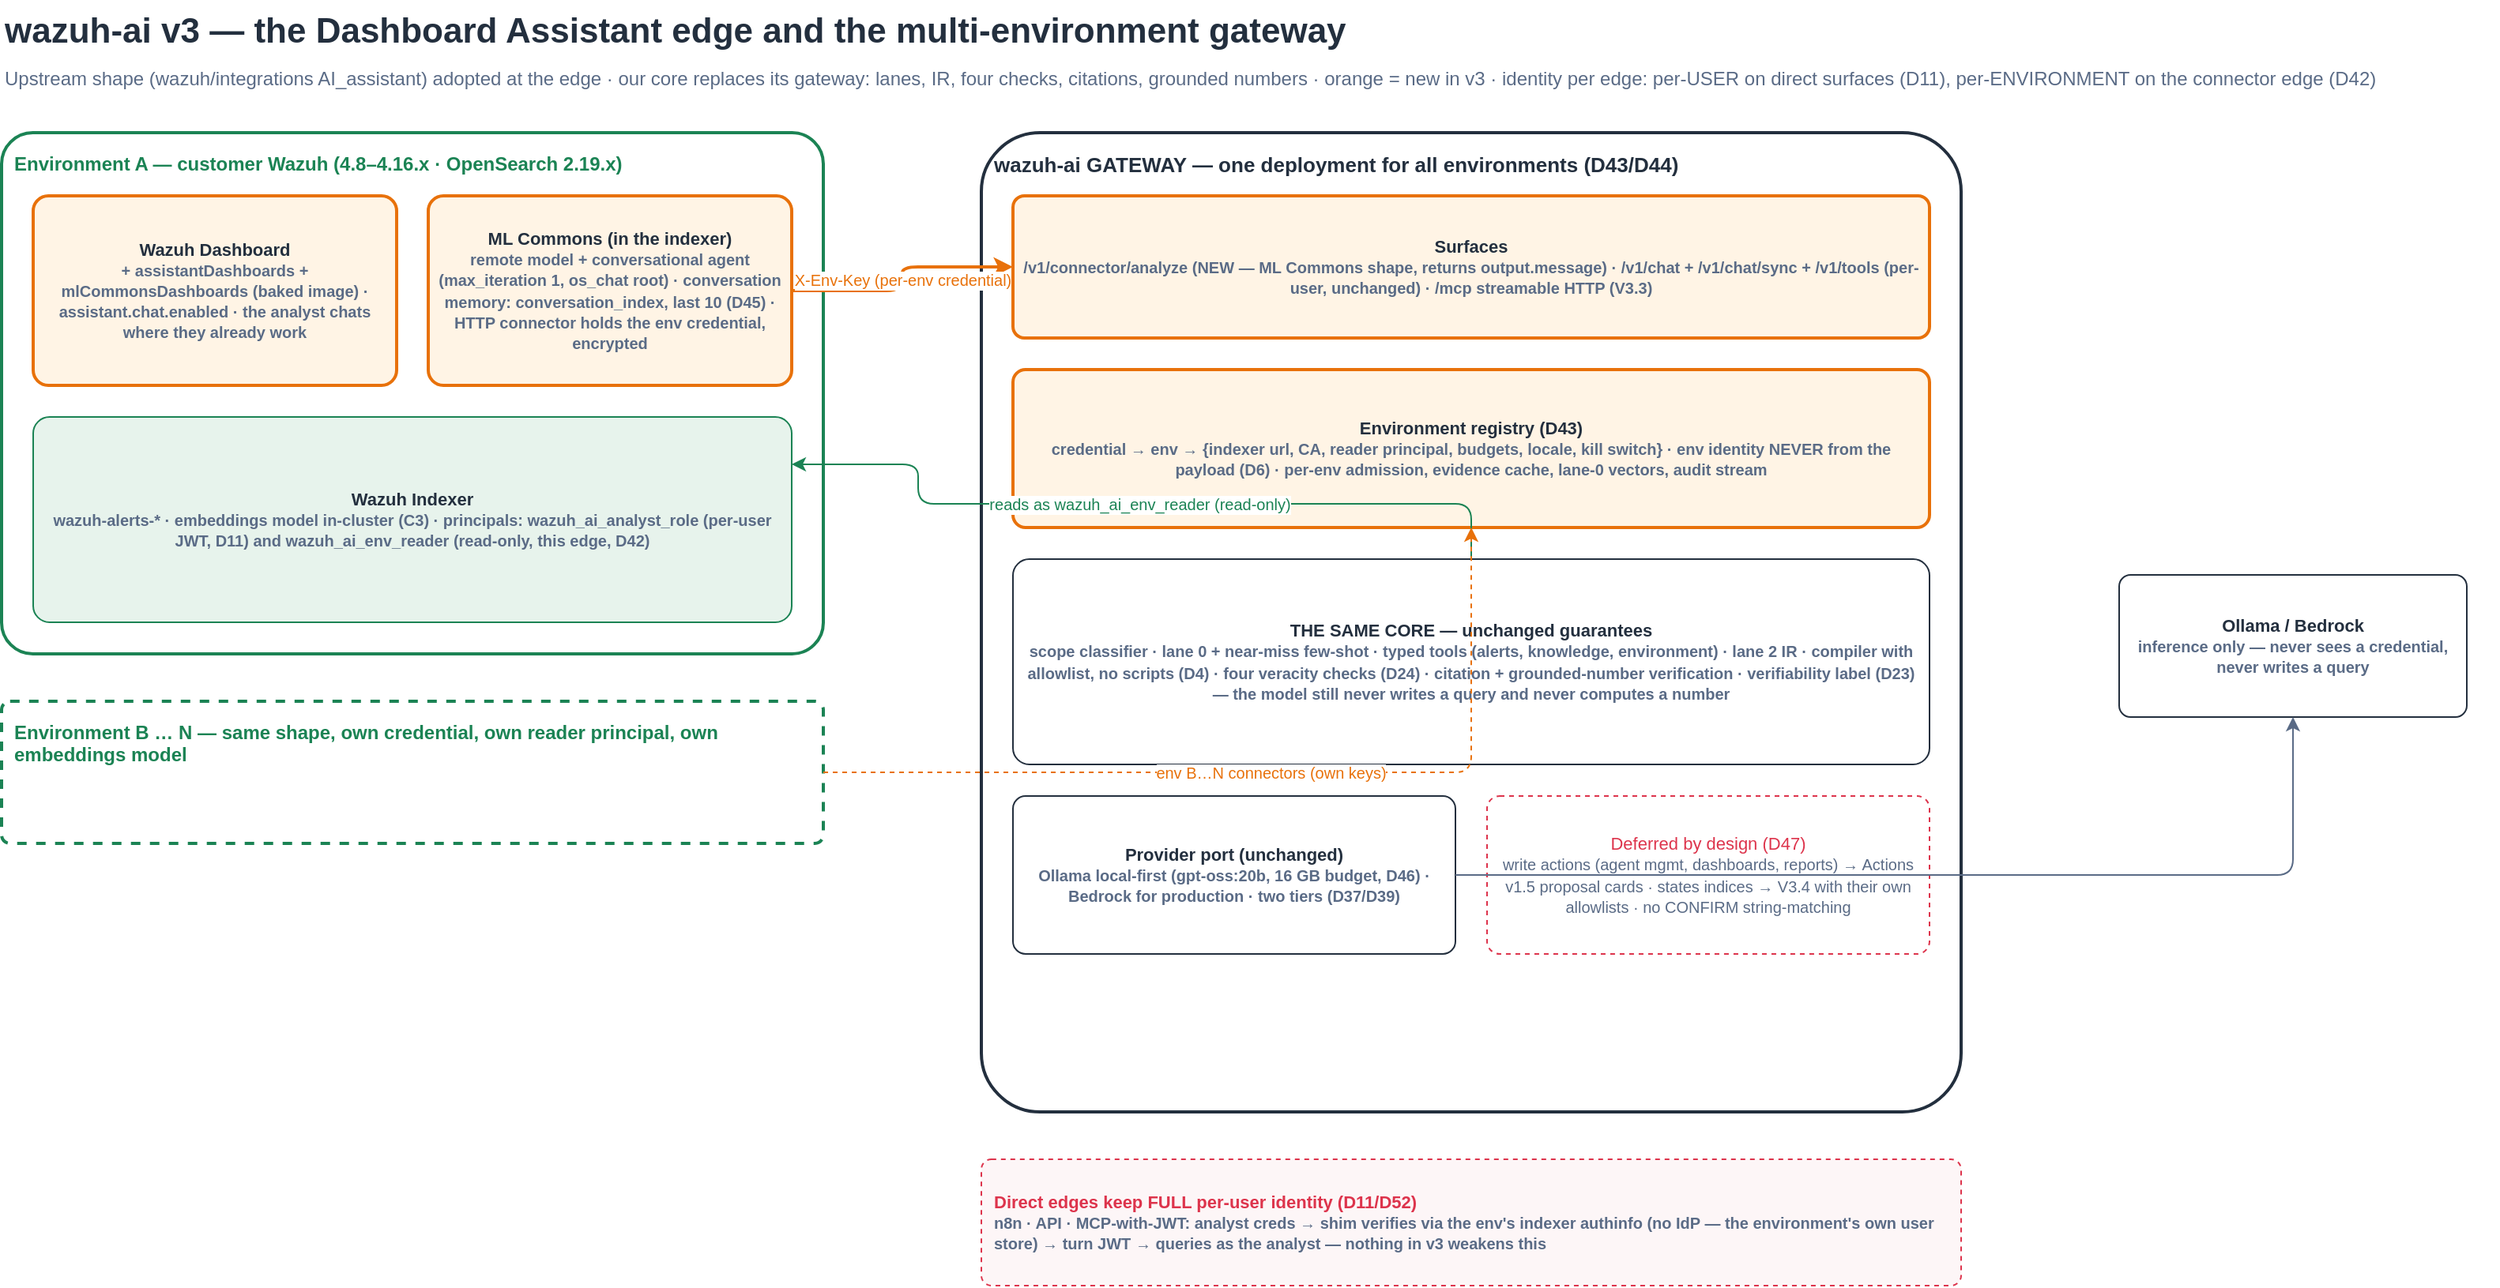
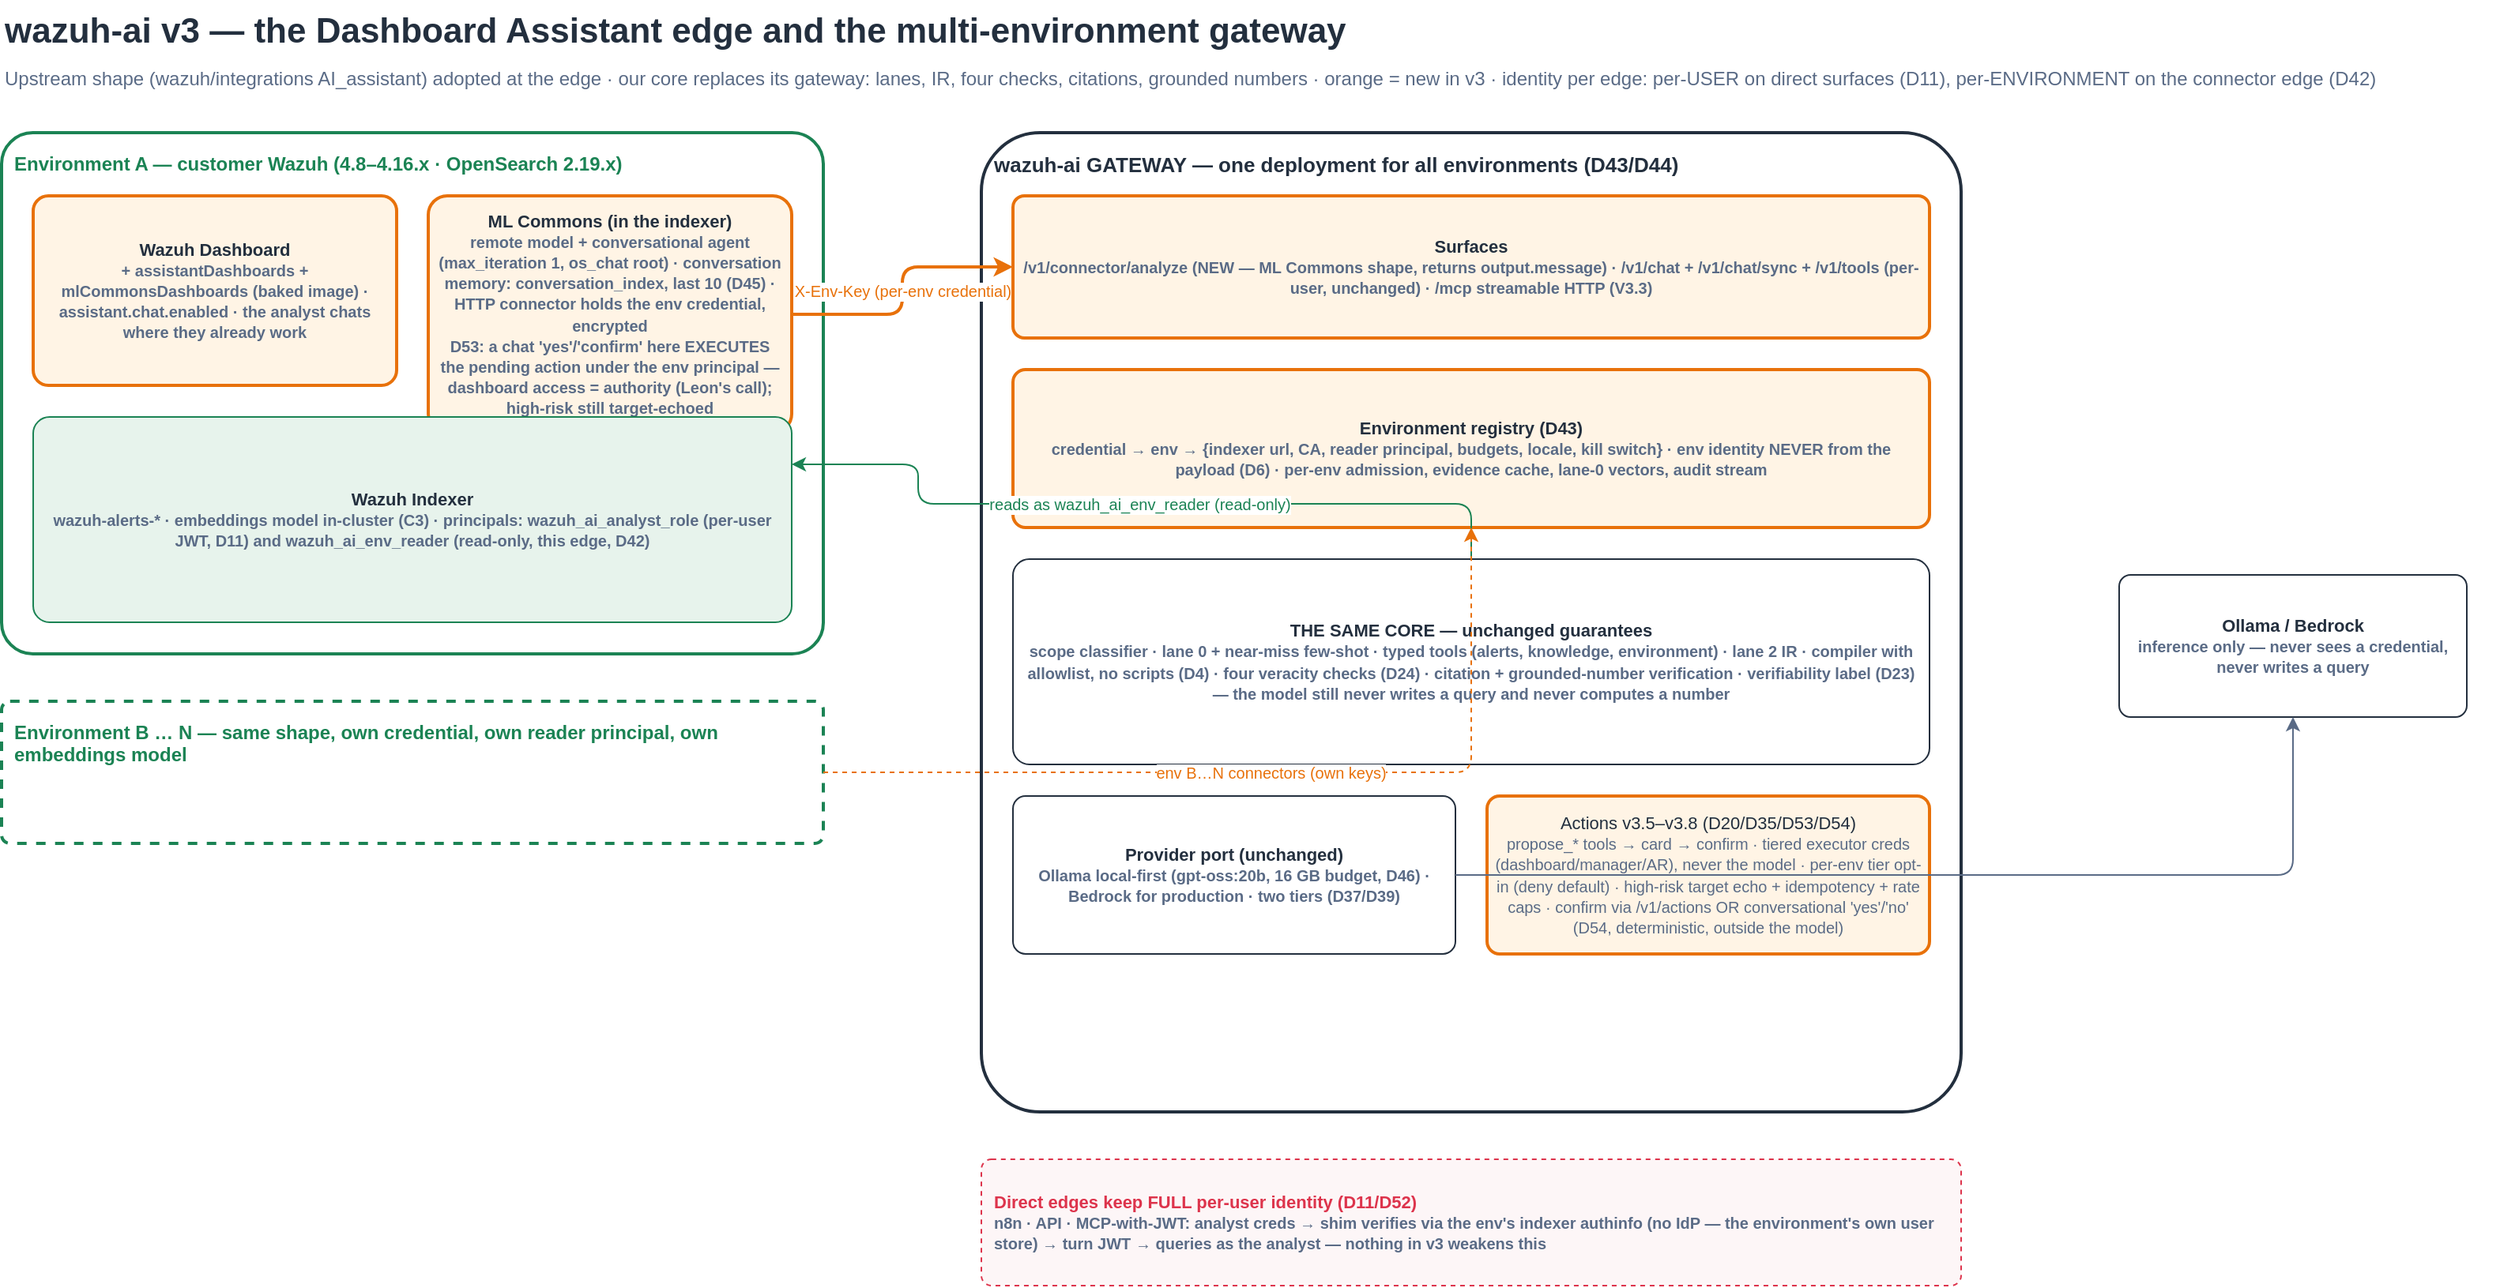
<mxfile host="app.diagrams.net" type="device" version="24.7.17">
  <diagram id="v3a" name="1 · v3 target: one gateway, N environments">
    <mxGraphModel dx="1400" dy="800" grid="0" gridSize="10" guides="1" tooltips="1" connect="1" arrows="1" fold="1" page="1" pageScale="1" pageWidth="1660" pageHeight="1010" math="0" shadow="0">
      <root>
        <mxCell id="0"/>
        <mxCell id="1" parent="0"/>
        <mxCell id="v1t" value="wazuh-ai v3 — the Dashboard Assistant edge and the multi-environment gateway" style="text;html=1;fontSize=22;fontStyle=1;fontColor=#232F3E;align=left;" vertex="1" parent="1"><mxGeometry x="40" y="16" width="1500" height="32" as="geometry"/></mxCell>
        <mxCell id="v1s" value="Upstream shape (wazuh/integrations AI_assistant) adopted at the edge · our core replaces its gateway: lanes, IR, four checks, citations, grounded numbers · orange = new in v3 · identity per edge: per-USER on direct surfaces (D11), per-ENVIRONMENT on the connector edge (D42)" style="text;html=1;fontSize=12;fontColor=#5A6B86;align=left;" vertex="1" parent="1"><mxGeometry x="40" y="52" width="1580" height="20" as="geometry"/></mxCell>
        <mxCell id="v1e1" value="Environment A — customer Wazuh (4.8–4.16.x · OpenSearch 2.19.x)" style="rounded=1;whiteSpace=wrap;html=1;fillColor=none;strokeColor=#1B8354;strokeWidth=2;fontColor=#1B8354;fontSize=12;fontStyle=1;align=left;verticalAlign=top;spacing=8;arcSize=6;" vertex="1" parent="1"><mxGeometry x="40" y="100" width="520" height="330" as="geometry"/></mxCell>
        <mxCell id="v1e1d" value="Wazuh Dashboard&lt;br&gt;&lt;font style=&quot;font-size:10px&quot; color=&quot;#5A6B86&quot;&gt;+ assistantDashboards + mlCommonsDashboards (baked image) · assistant.chat.enabled · the analyst chats where they already work&lt;/font&gt;" style="rounded=1;whiteSpace=wrap;html=1;fillColor=#FFF4E5;strokeColor=#E8710A;strokeWidth=2;fontColor=#232F3E;fontSize=11;fontStyle=1;align=center;verticalAlign=middle;spacing=6;arcSize=8;" vertex="1" parent="v1e1"><mxGeometry x="20" y="40" width="230" height="120" as="geometry"/></mxCell>
-         <mxCell id="v1e1m" value="ML Commons (in the indexer)&lt;br&gt;&lt;font style=&quot;font-size:10px&quot; color=&quot;#5A6B86&quot;&gt;remote model + conversational agent (max_iteration 1, os_chat root) · conversation memory: conversation_index, last 10 (D45) · HTTP connector holds the env credential, encrypted&lt;/font&gt;" style="rounded=1;whiteSpace=wrap;html=1;fillColor=#FFF4E5;strokeColor=#E8710A;strokeWidth=2;fontColor=#232F3E;fontSize=11;fontStyle=1;align=center;verticalAlign=middle;spacing=6;arcSize=8;" vertex="1" parent="v1e1"><mxGeometry x="270" y="40" width="230" height="120" as="geometry"/></mxCell>
+         <mxCell id="v1e1m" value="ML Commons (in the indexer)&lt;br&gt;&lt;font style=&quot;font-size:10px&quot; color=&quot;#5A6B86&quot;&gt;remote model + conversational agent (max_iteration 1, os_chat root) · conversation memory: conversation_index, last 10 (D45) · HTTP connector holds the env credential, encrypted&lt;br&gt;&lt;b&gt;D53:&lt;/b&gt; a chat &#39;yes&#39;/&#39;confirm&#39; here EXECUTES the pending action under the env principal — dashboard access = authority (Leon&#39;s call); high-risk still target-echoed&lt;/font&gt;" style="rounded=1;whiteSpace=wrap;html=1;fillColor=#FFF4E5;strokeColor=#E8710A;strokeWidth=2;fontColor=#232F3E;fontSize=11;fontStyle=1;align=center;verticalAlign=middle;spacing=6;arcSize=8;" vertex="1" parent="v1e1"><mxGeometry x="270" y="40" width="230" height="150" as="geometry"/></mxCell>
        <mxCell id="v1e1i" value="Wazuh Indexer&lt;br&gt;&lt;font style=&quot;font-size:10px&quot; color=&quot;#5A6B86&quot;&gt;wazuh-alerts-* · embeddings model in-cluster (C3) · principals: wazuh_ai_analyst_role (per-user JWT, D11) and wazuh_ai_env_reader (read-only, this edge, D42)&lt;/font&gt;" style="rounded=1;whiteSpace=wrap;html=1;fillColor=#E7F3EC;strokeColor=#1B8354;fontColor=#232F3E;fontSize=11;fontStyle=1;align=center;verticalAlign=middle;spacing=6;arcSize=8;" vertex="1" parent="v1e1"><mxGeometry x="20" y="180" width="480" height="130" as="geometry"/></mxCell>
        <mxCell id="v1e2" value="Environment B … N — same shape, own credential, own reader principal, own embeddings model" style="rounded=1;whiteSpace=wrap;html=1;fillColor=none;strokeColor=#1B8354;strokeWidth=2;dashed=1;fontColor=#1B8354;fontSize=12;fontStyle=1;align=left;verticalAlign=top;spacing=8;arcSize=6;" vertex="1" parent="1"><mxGeometry x="40" y="460" width="520" height="90" as="geometry"/></mxCell>
        <mxCell id="v1gw" value="wazuh-ai GATEWAY — one deployment for all environments (D43/D44)" style="rounded=1;whiteSpace=wrap;html=1;fillColor=none;strokeColor=#232F3E;strokeWidth=2;fontColor=#232F3E;fontSize=13;fontStyle=1;align=left;verticalAlign=top;spacing=8;arcSize=6;" vertex="1" parent="1"><mxGeometry x="660" y="100" width="620" height="620" as="geometry"/></mxCell>
        <mxCell id="v1gs" value="Surfaces&lt;br&gt;&lt;font style=&quot;font-size:10px&quot; color=&quot;#5A6B86&quot;&gt;/v1/connector/analyze (NEW — ML Commons shape, returns output.message) · /v1/chat + /v1/chat/sync + /v1/tools (per-user, unchanged) · /mcp streamable HTTP (V3.3)&lt;/font&gt;" style="rounded=1;whiteSpace=wrap;html=1;fillColor=#FFF4E5;strokeColor=#E8710A;strokeWidth=2;fontColor=#232F3E;fontSize=11;fontStyle=1;align=center;verticalAlign=middle;spacing=6;arcSize=8;" vertex="1" parent="v1gw"><mxGeometry x="20" y="40" width="580" height="90" as="geometry"/></mxCell>
        <mxCell id="v1gr" value="Environment registry (D43)&lt;br&gt;&lt;font style=&quot;font-size:10px&quot; color=&quot;#5A6B86&quot;&gt;credential → env → {indexer url, CA, reader principal, budgets, locale, kill switch} · env identity NEVER from the payload (D6) · per-env admission, evidence cache, lane-0 vectors, audit stream&lt;/font&gt;" style="rounded=1;whiteSpace=wrap;html=1;fillColor=#FFF4E5;strokeColor=#E8710A;strokeWidth=2;fontColor=#232F3E;fontSize=11;fontStyle=1;align=center;verticalAlign=middle;spacing=6;arcSize=8;" vertex="1" parent="v1gw"><mxGeometry x="20" y="150" width="580" height="100" as="geometry"/></mxCell>
        <mxCell id="v1gc" value="THE SAME CORE — unchanged guarantees&lt;br&gt;&lt;font style=&quot;font-size:10px&quot; color=&quot;#5A6B86&quot;&gt;scope classifier · lane 0 + near-miss few-shot · typed tools (alerts, knowledge, environment) · lane 2 IR · compiler with allowlist, no scripts (D4) · four veracity checks (D24) · citation + grounded-number verification · verifiability label (D23) — the model still never writes a query and never computes a number&lt;/font&gt;" style="rounded=1;whiteSpace=wrap;html=1;fillColor=#FFFFFF;strokeColor=#232F3E;fontColor=#232F3E;fontSize=11;fontStyle=1;align=center;verticalAlign=middle;spacing=6;arcSize=8;" vertex="1" parent="v1gw"><mxGeometry x="20" y="270" width="580" height="130" as="geometry"/></mxCell>
        <mxCell id="v1gp" value="Provider port (unchanged)&lt;br&gt;&lt;font style=&quot;font-size:10px&quot; color=&quot;#5A6B86&quot;&gt;Ollama local-first (gpt-oss:20b, 16 GB budget, D46) · Bedrock for production · two tiers (D37/D39)&lt;/font&gt;" style="rounded=1;whiteSpace=wrap;html=1;fillColor=#FFFFFF;strokeColor=#232F3E;fontColor=#232F3E;fontSize=11;fontStyle=1;align=center;verticalAlign=middle;spacing=6;arcSize=8;" vertex="1" parent="v1gw"><mxGeometry x="20" y="420" width="280" height="100" as="geometry"/></mxCell>
-         <mxCell id="v1ga" value="Deferred by design (D47)&lt;br&gt;&lt;font style=&quot;font-size:10px&quot; color=&quot;#5A6B86&quot;&gt;write actions (agent mgmt, dashboards, reports) → Actions v1.5 proposal cards · states indices → V3.4 with their own allowlists · no CONFIRM string-matching&lt;/font&gt;" style="rounded=1;whiteSpace=wrap;html=1;fillColor=#FFFFFF;strokeColor=#DD344C;dashed=1;fontColor=#DD344C;fontSize=11;align=center;verticalAlign=middle;spacing=6;arcSize=8;" vertex="1" parent="v1gw"><mxGeometry x="320" y="420" width="280" height="100" as="geometry"/></mxCell>
+         <mxCell id="v1ga" value="Actions v3.5–v3.8 (D20/D35/D53/D54)&lt;br&gt;&lt;font style=&quot;font-size:10px&quot; color=&quot;#5A6B86&quot;&gt;propose_* tools → card → confirm · tiered executor creds (dashboard/manager/AR), never the model · per-env tier opt-in (deny default) · high-risk target echo + idempotency + rate caps · confirm via /v1/actions OR conversational &#39;yes&#39;/&#39;no&#39; (D54, deterministic, outside the model)&lt;/font&gt;" style="rounded=1;whiteSpace=wrap;html=1;fillColor=#FFF4E5;strokeColor=#E8710A;strokeWidth=2;fontColor=#232F3E;fontSize=11;align=center;verticalAlign=middle;spacing=6;arcSize=8;" vertex="1" parent="v1gw"><mxGeometry x="320" y="420" width="280" height="100" as="geometry"/></mxCell>
        <mxCell id="v1llm" value="Ollama / Bedrock&lt;br&gt;&lt;font style=&quot;font-size:10px&quot; color=&quot;#5A6B86&quot;&gt;inference only — never sees a credential, never writes a query&lt;/font&gt;" style="rounded=1;whiteSpace=wrap;html=1;fillColor=#FFFFFF;strokeColor=#232F3E;fontColor=#232F3E;fontSize=11;fontStyle=1;align=center;verticalAlign=middle;spacing=6;arcSize=8;" vertex="1" parent="1"><mxGeometry x="1380" y="380" width="220" height="90" as="geometry"/></mxCell>
        <mxCell id="v1direct" value="Direct edges keep FULL per-user identity (D11/D52)&lt;br&gt;&lt;font style=&quot;font-size:10px&quot; color=&quot;#5A6B86&quot;&gt;n8n · API · MCP-with-JWT: analyst creds → shim verifies via the env&#39;s indexer authinfo (no IdP — the environment&#39;s own user store) → turn JWT → queries as the analyst — nothing in v3 weakens this&lt;/font&gt;" style="rounded=1;whiteSpace=wrap;html=1;fillColor=#FDF6F7;strokeColor=#DD344C;dashed=1;fontColor=#DD344C;fontSize=11;fontStyle=1;align=left;verticalAlign=middle;spacing=8;arcSize=8;" vertex="1" parent="1"><mxGeometry x="660" y="750" width="620" height="80" as="geometry"/></mxCell>
        <mxCell id="v1eg1" value="X-Env-Key (per-env credential)" style="edgeStyle=orthogonalEdgeStyle;rounded=1;html=1;strokeColor=#E8710A;fontColor=#E8710A;fontSize=10;strokeWidth=2;" edge="1" parent="1" source="v1e1m" target="v1gs"><mxGeometry relative="1" as="geometry"/></mxCell>
        <mxCell id="v1eg2" value="reads as wazuh_ai_env_reader (read-only)" style="edgeStyle=orthogonalEdgeStyle;rounded=1;html=1;strokeColor=#1B8354;fontColor=#1B8354;fontSize=10;" edge="1" parent="1" source="v1gc" target="v1e1i"><mxGeometry relative="1" as="geometry"><Array as="points"><mxPoint x="620" y="335"/><mxPoint x="620" y="310"/></Array></mxGeometry></mxCell>
        <mxCell id="v1eg3" style="edgeStyle=orthogonalEdgeStyle;rounded=1;html=1;strokeColor=#5A6B86;fontColor=#5A6B86;fontSize=10;" edge="1" parent="1" source="v1gp" target="v1llm"><mxGeometry relative="1" as="geometry"/></mxCell>
        <mxCell id="v1eg4" value="env B…N connectors (own keys)" style="edgeStyle=orthogonalEdgeStyle;rounded=1;html=1;strokeColor=#E8710A;fontColor=#E8710A;fontSize=10;dashed=1;" edge="1" parent="1" source="v1e2" target="v1gr"><mxGeometry relative="1" as="geometry"/></mxCell>
      </root>
    </mxGraphModel>
  </diagram>
  <diagram id="v3b" name="2 · v3 PoC: single environment on the harness">
    <mxGraphModel dx="1400" dy="800" grid="0" gridSize="10" guides="1" tooltips="1" connect="1" arrows="1" fold="1" page="1" pageScale="1" pageWidth="1660" pageHeight="1010" math="0" shadow="0">
      <root>
        <mxCell id="0"/>
        <mxCell id="1" parent="0"/>
        <mxCell id="v2t" value="v3 PoC — environment `lab` on the existing docker harness" style="text;html=1;fontSize=22;fontStyle=1;fontColor=#232F3E;align=left;" vertex="1" parent="1"><mxGeometry x="40" y="16" width="1500" height="32" as="geometry"/></mxCell>
        <mxCell id="v2s" value="Single environment, multi-environment interfaces: the registry has one entry, the code paths are the N-env paths · bring-up: make dashboard-assistant → make assistant-setup → make evals-connector · 16 GB inference budget: gpt-oss:20b, embeddings in-cluster" style="text;html=1;fontSize=12;fontColor=#5A6B86;align=left;" vertex="1" parent="1"><mxGeometry x="40" y="52" width="1580" height="20" as="geometry"/></mxCell>
        <mxCell id="v2wz" value="wazuh-docker single-node — environment `lab`" style="rounded=1;whiteSpace=wrap;html=1;fillColor=none;strokeColor=#1B8354;strokeWidth=2;fontColor=#1B8354;fontSize=12;fontStyle=1;align=left;verticalAlign=top;spacing=8;arcSize=6;" vertex="1" parent="1"><mxGeometry x="40" y="100" width="560" height="420" as="geometry"/></mxCell>
        <mxCell id="v2d" value="wazuh-dashboard :443 — DERIVED IMAGE&lt;br&gt;&lt;font style=&quot;font-size:10px&quot; color=&quot;#5A6B86&quot;&gt;dashboard-assistant/Dockerfile bakes assistantDashboards + mlCommonsDashboards (version from package.json → artifacts.opensearch.org bundle) · assistant.chat.enabled: true in the mounted yml&lt;/font&gt;" style="rounded=1;whiteSpace=wrap;html=1;fillColor=#FFF4E5;strokeColor=#E8710A;strokeWidth=2;fontColor=#232F3E;fontSize=11;fontStyle=1;align=center;verticalAlign=middle;spacing=6;arcSize=8;" vertex="1" parent="v2wz"><mxGeometry x="20" y="40" width="520" height="110" as="geometry"/></mxCell>
        <mxCell id="v2i" value="wazuh-indexer :9200 (OpenSearch 2.19.5)&lt;br&gt;&lt;font style=&quot;font-size:10px&quot; color=&quot;#5A6B86&quot;&gt;scripts/dashboard_assistant_setup.sh creates: cluster settings (trusted_connector_endpoints_regex += ^http://tool-service:8080/.*$) · remote model + connector (X-Env-Key, request_timeout 120s) · conversational agent (max_iteration 1, memory conversation_index) · root agent in .plugins-ml-config&lt;br&gt;principals: analyst JWT auth domain (existing) + wazuh_ai_env_reader (NEW, read-only) · embeddings model (C3)&lt;/font&gt;" style="rounded=1;whiteSpace=wrap;html=1;fillColor=#E7F3EC;strokeColor=#1B8354;fontColor=#232F3E;fontSize=11;fontStyle=1;align=center;verticalAlign=middle;spacing=8;arcSize=8;" vertex="1" parent="v2wz"><mxGeometry x="20" y="170" width="520" height="160" as="geometry"/></mxCell>
        <mxCell id="v2m" value="wazuh-manager&lt;br&gt;&lt;font style=&quot;font-size:10px&quot; color=&quot;#5A6B86&quot;&gt;API :55000 untouched in v3 — actions deferred (D47)&lt;/font&gt;" style="rounded=1;whiteSpace=wrap;html=1;fillColor=#FFFFFF;strokeColor=#5A6B86;dashed=1;fontColor=#5A6B86;fontSize=11;align=center;verticalAlign=middle;spacing=6;arcSize=8;" vertex="1" parent="v2wz"><mxGeometry x="20" y="350" width="520" height="50" as="geometry"/></mxCell>
        <mxCell id="v2gw" value="tool-service :8080 — the gateway" style="rounded=1;whiteSpace=wrap;html=1;fillColor=none;strokeColor=#232F3E;strokeWidth=2;fontColor=#232F3E;fontSize=12;fontStyle=1;align=left;verticalAlign=top;spacing=8;arcSize=6;" vertex="1" parent="1"><mxGeometry x="680" y="100" width="500" height="420" as="geometry"/></mxCell>
        <mxCell id="v2g1" value="POST /v1/connector/analyze (NEW)&lt;br&gt;&lt;font style=&quot;font-size:10px&quot; color=&quot;#5A6B86&quot;&gt;auth X-Env-Key → environments.resolve_by_key → EnvPrincipal(lab) · body {parameters:{prompt}} · returns {output:{message: answer + label + &#39;environment-scoped identity&#39;}} · 110 s budget, budget-note over 504&lt;/font&gt;" style="rounded=1;whiteSpace=wrap;html=1;fillColor=#FFF4E5;strokeColor=#E8710A;strokeWidth=2;fontColor=#232F3E;fontSize=11;fontStyle=1;align=center;verticalAlign=middle;spacing=6;arcSize=8;" vertex="1" parent="v2gw"><mxGeometry x="20" y="40" width="460" height="110" as="geometry"/></mxCell>
        <mxCell id="v2g2" value="environments.yaml — one entry: lab&lt;br&gt;&lt;font style=&quot;font-size:10px&quot; color=&quot;#5A6B86&quot;&gt;gateway_key · indexer url/CA · reader principal · per-env admission/cache/vectors/audit keyed by env_id (V3.1a)&lt;/font&gt;" style="rounded=1;whiteSpace=wrap;html=1;fillColor=#FFF4E5;strokeColor=#E8710A;strokeWidth=2;fontColor=#232F3E;fontSize=11;fontStyle=1;align=center;verticalAlign=middle;spacing=6;arcSize=8;" vertex="1" parent="v2gw"><mxGeometry x="20" y="170" width="460" height="90" as="geometry"/></mxCell>
-         <mxCell id="v2g3" value="run_turn(principal) — User (JWT) | EnvPrincipal&lt;br&gt;&lt;font style=&quot;font-size:10px&quot; color=&quot;#5A6B86&quot;&gt;same lanes, tools, IR, checks, citations, grounded numbers for both principals · existing surfaces /v1/chat(/sync), /v1/tools unchanged (per-user)&lt;/font&gt;" style="rounded=1;whiteSpace=wrap;html=1;fillColor=#FFFFFF;strokeColor=#232F3E;fontColor=#232F3E;fontSize=11;fontStyle=1;align=center;verticalAlign=middle;spacing=6;arcSize=8;" vertex="1" parent="v2gw"><mxGeometry x="20" y="280" width="460" height="120" as="geometry"/></mxCell>
+         <mxCell id="v2g3" value="run_turn(principal) — User (JWT) | EnvPrincipal&lt;br&gt;&lt;font style=&quot;font-size:10px&quot; color=&quot;#5A6B86&quot;&gt;V3.8: pending proposal + yes/no → deterministic confirm (bypasses model, D54) · same lanes, tools, IR, checks for both principals · /v1/chat(/sync) per-user · connector yes executes under env principal (D53)&lt;/font&gt;" style="rounded=1;whiteSpace=wrap;html=1;fillColor=#FFFFFF;strokeColor=#232F3E;fontColor=#232F3E;fontSize=11;fontStyle=1;align=center;verticalAlign=middle;spacing=6;arcSize=8;" vertex="1" parent="v2gw"><mxGeometry x="20" y="280" width="460" height="120" as="geometry"/></mxCell>
        <mxCell id="v2ol" value="ollama :11434 (rocm)&lt;br&gt;&lt;font style=&quot;font-size:10px&quot; color=&quot;#5A6B86&quot;&gt;gpt-oss:20b only — embeddings moved in-cluster (C3) · ≈13 GB + KV in the 16 GB budget&lt;/font&gt;" style="rounded=1;whiteSpace=wrap;html=1;fillColor=#FFFFFF;strokeColor=#232F3E;fontColor=#232F3E;fontSize=11;fontStyle=1;align=center;verticalAlign=middle;spacing=6;arcSize=8;" vertex="1" parent="1"><mxGeometry x="1260" y="140" width="340" height="100" as="geometry"/></mxCell>
        <mxCell id="v2ex" value="direct edges (V3.6: no Keycloak)&lt;br&gt;&lt;font style=&quot;font-size:10px&quot; color=&quot;#5A6B86&quot;&gt;auth-shim :8081 (verifies creds via indexer authinfo, D52) + n8n :5678 → per-user turn JWT (D11) · golden set via make evals (direct) and make evals-connector (dashboard path, agent _execute)&lt;/font&gt;" style="rounded=1;whiteSpace=wrap;html=1;fillColor=#FDF6F7;strokeColor=#DD344C;dashed=1;fontColor=#DD344C;fontSize=11;fontStyle=1;align=left;verticalAlign=middle;spacing=8;arcSize=8;" vertex="1" parent="1"><mxGeometry x="1260" y="280" width="340" height="130" as="geometry"/></mxCell>
        <mxCell id="v2acc" value="acceptance (V3.1): Assistant icon answers in the dashboard · six storyline questions match n8n answers + env-scoped label · evals-connector green (identity cases explicitly SKIPPED, never silent) · env reader can read / cannot DELETE · wrong X-Env-Key → 401 + audit · make test and make evals stay green" style="rounded=1;whiteSpace=wrap;html=1;fillColor=#FFFFFF;strokeColor=#232F3E;fontColor=#232F3E;fontSize=11;align=left;verticalAlign=middle;spacing=8;arcSize=8;" vertex="1" parent="1"><mxGeometry x="40" y="560" width="1140" height="80" as="geometry"/></mxCell>
        <mxCell id="v2e1" value="X-Env-Key" style="edgeStyle=orthogonalEdgeStyle;rounded=1;html=1;strokeColor=#E8710A;fontColor=#E8710A;fontSize=10;strokeWidth=2;" edge="1" parent="1" source="v2i" target="v2g1"><mxGeometry relative="1" as="geometry"/></mxCell>
        <mxCell id="v2e2" value="reads as env_reader" style="edgeStyle=orthogonalEdgeStyle;rounded=1;html=1;strokeColor=#1B8354;fontColor=#1B8354;fontSize=10;" edge="1" parent="1" source="v2g3" target="v2i"><mxGeometry relative="1" as="geometry"><Array as="points"><mxPoint x="640" y="340"/><mxPoint x="640" y="280"/></Array></mxGeometry></mxCell>
        <mxCell id="v2e3" style="edgeStyle=orthogonalEdgeStyle;rounded=1;html=1;strokeColor=#5A6B86;fontColor=#5A6B86;fontSize=10;" edge="1" parent="1" source="v2gw" target="v2ol"><mxGeometry relative="1" as="geometry"/></mxCell>
        <mxCell id="v2e4" value="chat in the dashboard" style="edgeStyle=orthogonalEdgeStyle;rounded=1;html=1;strokeColor=#E8710A;fontColor=#E8710A;fontSize=10;" edge="1" parent="1" source="v2d" target="v2i"><mxGeometry relative="1" as="geometry"/></mxCell>
      </root>
    </mxGraphModel>
  </diagram>
</mxfile>
